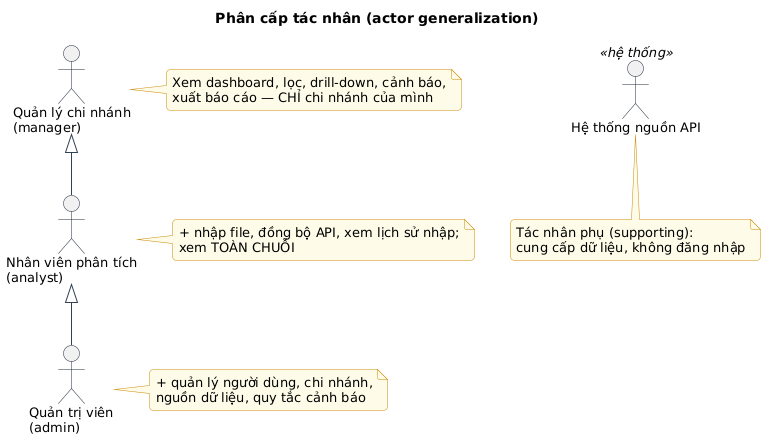
hoang13516-dev/TTCN_CCROBO keeps this PlantUML diagram as docs/phan-tich/so-do/out/09b-phan-cap-tac-nhan.png. Above is the earlier version.
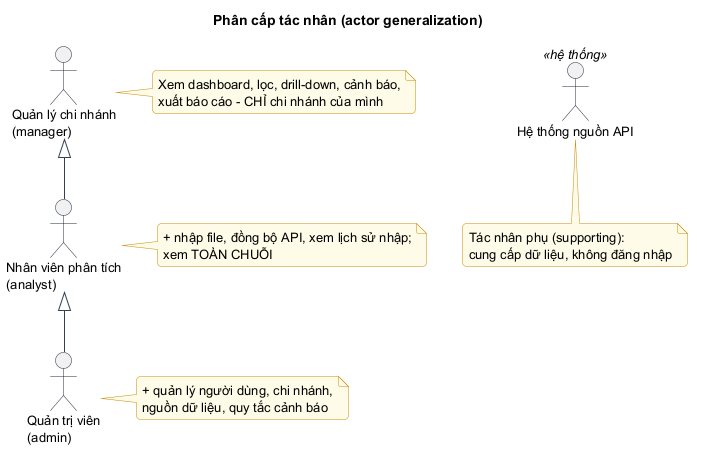
Above is the later version.

The edit, as a diff of the source:
```diff
@@ -7,7 +7,7 @@
 actor "Hệ thống nguồn API" as EXT <<hệ thống>>
 MG <|-- AN
 AN <|-- AD
-note right of MG : Xem dashboard, lọc, drill-down, cảnh báo,\nxuất báo cáo — CHỈ chi nhánh của mình
+note right of MG : Xem dashboard, lọc, drill-down, cảnh báo,\nxuất báo cáo - CHỈ chi nhánh của mình
 note right of AN : + nhập file, đồng bộ API, xem lịch sử nhập;\nxem TOÀN CHUỖI
 note right of AD : + quản lý người dùng, chi nhánh,\nnguồn dữ liệu, quy tắc cảnh báo
 note bottom of EXT : Tác nhân phụ (supporting):\ncung cấp dữ liệu, không đăng nhập
```
